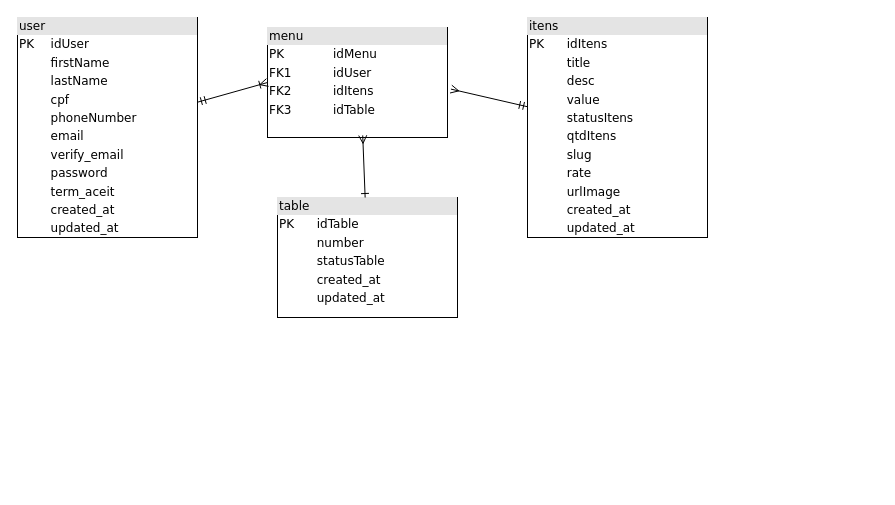
This is mold/MER.drawio from andre-albuquerque01/literate-octo-potato, a draw.io file, before an edit. Source tidied: cells renumbered, new cells numbered last; positions are measured from the earlier drawing's top-left corner, leaving out a move shared by most shapes. Both pictures are drawn from the tidied source at 100%, with x=0, y=0 at pixel (17, 17).
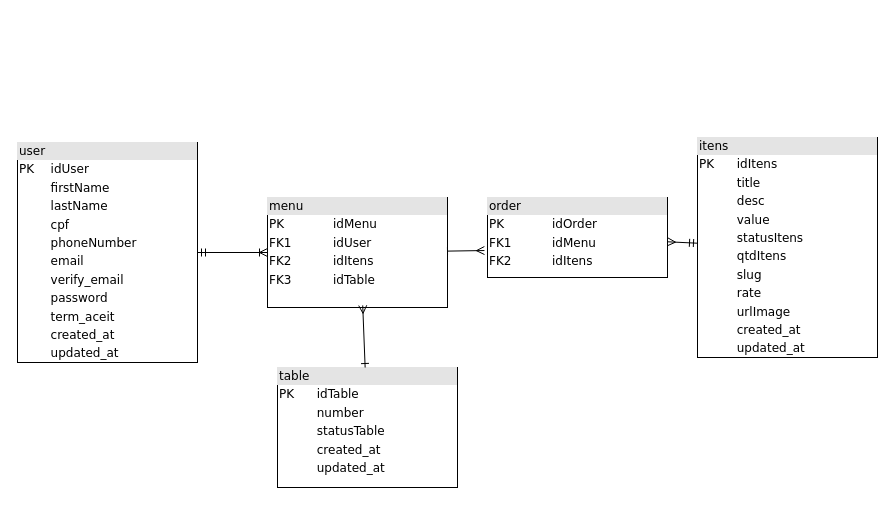
The same diagram, later.

Commit message (it also covers changes not shown here):
new function Order

The edit, as a diff of the source:
```diff
@@
 <mxGraphModel>
   <root>
     <mxCell id="0" />
     <mxCell id="1" parent="0" />
     <mxCell id="2" value="&lt;div style=&quot;box-sizing: border-box ; width: 100% ; background: #e4e4e4 ; padding: 2px&quot;&gt;menu&lt;/div&gt;&lt;table style=&quot;width: 100% ; font-size: 1em&quot; cellpadding=&quot;2&quot; cellspacing=&quot;0&quot;&gt;&lt;tbody&gt;&lt;tr&gt;&lt;td&gt;PK&lt;/td&gt;&lt;td&gt;idMenu&lt;/td&gt;&lt;/tr&gt;&lt;tr&gt;&lt;td&gt;FK1&lt;/td&gt;&lt;td&gt;idUser&lt;/td&gt;&lt;/tr&gt;&lt;tr&gt;&lt;td&gt;FK2&lt;/td&gt;&lt;td&gt;idItens&lt;/td&gt;&lt;/tr&gt;&lt;tr&gt;&lt;td&gt;FK3&lt;/td&gt;&lt;td&gt;idTable&lt;/td&gt;&lt;/tr&gt;&lt;/tbody&gt;&lt;/table&gt;" style="verticalAlign=top;align=left;overflow=fill;html=1;rounded=0;shadow=0;comic=0;labelBackgroundColor=none;strokeWidth=1;fontFamily=Verdana;fontSize=12;" parent="1" vertex="1">
-      <mxGeometry x="250" y="10" width="180" height="110" as="geometry" />
+      <mxGeometry x="250" y="180" width="180" height="110" as="geometry" />
     </mxCell>
+    <mxCell id="9" style="rounded=0;jettySize=auto;html=1;startArrow=ERmandOne;startFill=0;endArrow=ERmany;endFill=0;" parent="1" edge="1" source="3" target="10">
+      <mxGeometry relative="1" as="geometry" />
+    </mxCell>
     <mxCell id="3" value="&lt;div style=&quot;box-sizing: border-box ; width: 100% ; background: #e4e4e4 ; padding: 2px&quot;&gt;itens&lt;/div&gt;&lt;table style=&quot;width: 100% ; font-size: 1em&quot; cellpadding=&quot;2&quot; cellspacing=&quot;0&quot;&gt;&lt;tbody&gt;&lt;tr&gt;&lt;td&gt;PK&lt;/td&gt;&lt;td&gt;idItens&lt;/td&gt;&lt;/tr&gt;&lt;tr&gt;&lt;td&gt;&lt;br&gt;&lt;/td&gt;&lt;td&gt;title&lt;/td&gt;&lt;/tr&gt;&lt;tr&gt;&lt;td&gt;&lt;/td&gt;&lt;td&gt;desc&lt;/td&gt;&lt;/tr&gt;&lt;tr&gt;&lt;td&gt;&lt;br&gt;&lt;/td&gt;&lt;td&gt;value&lt;/td&gt;&lt;/tr&gt;&lt;tr&gt;&lt;td&gt;&lt;br&gt;&lt;/td&gt;&lt;td&gt;statusItens&lt;br&gt;&lt;/td&gt;&lt;/tr&gt;&lt;tr&gt;&lt;td&gt;&lt;br&gt;&lt;/td&gt;&lt;td&gt;qtdItens&lt;br&gt;&lt;/td&gt;&lt;/tr&gt;&lt;tr&gt;&lt;td&gt;&lt;br&gt;&lt;/td&gt;&lt;td&gt;slug&lt;/td&gt;&lt;/tr&gt;&lt;tr&gt;&lt;td&gt;&lt;br&gt;&lt;/td&gt;&lt;td&gt;rate&lt;/td&gt;&lt;/tr&gt;&lt;tr&gt;&lt;td&gt;&lt;br&gt;&lt;/td&gt;&lt;td&gt;urlImage&lt;br&gt;&lt;/td&gt;&lt;/tr&gt;&lt;tr&gt;&lt;td&gt;&lt;br&gt;&lt;/td&gt;&lt;td&gt;created_at&lt;br&gt;&lt;/td&gt;&lt;/tr&gt;&lt;tr&gt;&lt;td&gt;&lt;br&gt;&lt;/td&gt;&lt;td&gt;updated_at&lt;br&gt;&lt;/td&gt;&lt;/tr&gt;&lt;/tbody&gt;&lt;/table&gt;" style="verticalAlign=top;align=left;overflow=fill;html=1;rounded=0;shadow=0;comic=0;labelBackgroundColor=none;strokeWidth=1;fontFamily=Verdana;fontSize=12;" parent="1" vertex="1">
-      <mxGeometry x="510" width="180" height="220" as="geometry" />
+      <mxGeometry x="680" y="120" width="180" height="220" as="geometry" />
     </mxCell>
     <mxCell id="4" style="rounded=0;jettySize=auto;html=1;entryX=0;entryY=0.5;entryDx=0;entryDy=0;endArrow=ERoneToMany;endFill=0;startArrow=ERmandOne;startFill=0;" parent="1" edge="1" source="5" target="2">
       <mxGeometry relative="1" as="geometry" />
     </mxCell>
     <mxCell id="5" value="&lt;div style=&quot;box-sizing: border-box ; width: 100% ; background: #e4e4e4 ; padding: 2px&quot;&gt;user&lt;/div&gt;&lt;table style=&quot;width: 100% ; font-size: 1em&quot; cellpadding=&quot;2&quot; cellspacing=&quot;0&quot;&gt;&lt;tbody&gt;&lt;tr&gt;&lt;td&gt;PK&lt;/td&gt;&lt;td&gt;idUser&lt;/td&gt;&lt;/tr&gt;&lt;tr&gt;&lt;td&gt;&lt;br&gt;&lt;/td&gt;&lt;td&gt;firstName&lt;/td&gt;&lt;/tr&gt;&lt;tr&gt;&lt;td&gt;&lt;/td&gt;&lt;td&gt;lastName&lt;br&gt;&lt;/td&gt;&lt;/tr&gt;&lt;tr&gt;&lt;td&gt;&lt;br&gt;&lt;/td&gt;&lt;td&gt;cpf&lt;br&gt;&lt;/td&gt;&lt;/tr&gt;&lt;tr&gt;&lt;td&gt;&lt;br&gt;&lt;/td&gt;&lt;td&gt;phoneNumber&lt;br&gt;&lt;/td&gt;&lt;/tr&gt;&lt;tr&gt;&lt;td&gt;&lt;br&gt;&lt;/td&gt;&lt;td&gt;email&lt;br&gt;&lt;/td&gt;&lt;/tr&gt;&lt;tr&gt;&lt;td&gt;&lt;br&gt;&lt;/td&gt;&lt;td&gt;verify_email&lt;br&gt;&lt;/td&gt;&lt;/tr&gt;&lt;tr&gt;&lt;td&gt;&lt;br&gt;&lt;/td&gt;&lt;td&gt;password&lt;br&gt;&lt;/td&gt;&lt;/tr&gt;&lt;tr&gt;&lt;td&gt;&lt;br&gt;&lt;/td&gt;&lt;td&gt;term_aceit&lt;br&gt;&lt;/td&gt;&lt;/tr&gt;&lt;tr&gt;&lt;td&gt;&lt;br&gt;&lt;/td&gt;&lt;td&gt;created_at&lt;br&gt;&lt;/td&gt;&lt;/tr&gt;&lt;tr&gt;&lt;td&gt;&lt;br&gt;&lt;/td&gt;&lt;td&gt;updated_at&lt;/td&gt;&lt;/tr&gt;&lt;tr&gt;&lt;td&gt;&lt;br&gt;&lt;/td&gt;&lt;td&gt;&lt;br&gt;&lt;/td&gt;&lt;/tr&gt;&lt;tr&gt;&lt;td&gt;&lt;br&gt;&lt;/td&gt;&lt;td&gt;&lt;br&gt;&lt;/td&gt;&lt;/tr&gt;&lt;tr&gt;&lt;td&gt;&lt;br&gt;&lt;/td&gt;&lt;td&gt;&lt;br&gt;&lt;/td&gt;&lt;/tr&gt;&lt;tr&gt;&lt;td&gt;&lt;br&gt;&lt;/td&gt;&lt;td&gt;&lt;br&gt;&lt;/td&gt;&lt;/tr&gt;&lt;tr&gt;&lt;td&gt;&lt;br&gt;&lt;/td&gt;&lt;td&gt;&lt;br&gt;&lt;/td&gt;&lt;/tr&gt;&lt;tr&gt;&lt;td&gt;&lt;br&gt;&lt;/td&gt;&lt;td&gt;&lt;br&gt;&lt;/td&gt;&lt;/tr&gt;&lt;tr&gt;&lt;td&gt;&lt;br&gt;&lt;/td&gt;&lt;td&gt;&lt;br&gt;&lt;/td&gt;&lt;/tr&gt;&lt;tr&gt;&lt;td&gt;&lt;br&gt;&lt;/td&gt;&lt;td&gt;&lt;br&gt;&lt;/td&gt;&lt;/tr&gt;&lt;tr&gt;&lt;td&gt;&lt;br&gt;&lt;/td&gt;&lt;td&gt;&lt;br&gt;&lt;/td&gt;&lt;/tr&gt;&lt;/tbody&gt;&lt;/table&gt;" style="verticalAlign=top;align=left;overflow=fill;html=1;rounded=0;shadow=0;comic=0;labelBackgroundColor=none;strokeWidth=1;fontFamily=Verdana;fontSize=12;" parent="1" vertex="1">
-      <mxGeometry width="180" height="220" as="geometry" />
+      <mxGeometry y="125" width="180" height="220" as="geometry" />
     </mxCell>
-    <mxCell id="6" style="rounded=0;jettySize=auto;html=1;entryX=1.019;entryY=0.56;entryDx=0;entryDy=0;entryPerimeter=0;endArrow=ERmany;endFill=0;startArrow=ERmandOne;startFill=0;" parent="1" edge="1" source="3" target="2">
-      <mxGeometry relative="1" as="geometry" />
-    </mxCell>
     <mxCell id="7" value="&lt;div style=&quot;box-sizing: border-box ; width: 100% ; background: #e4e4e4 ; padding: 2px&quot;&gt;table&lt;/div&gt;&lt;table style=&quot;width: 100% ; font-size: 1em&quot; cellpadding=&quot;2&quot; cellspacing=&quot;0&quot;&gt;&lt;tbody&gt;&lt;tr&gt;&lt;td&gt;PK&lt;/td&gt;&lt;td&gt;idTable&lt;/td&gt;&lt;/tr&gt;&lt;tr&gt;&lt;td&gt;&lt;br&gt;&lt;/td&gt;&lt;td&gt;number&lt;/td&gt;&lt;/tr&gt;&lt;tr&gt;&lt;td&gt;&lt;br&gt;&lt;/td&gt;&lt;td&gt;statusTable&lt;/td&gt;&lt;/tr&gt;&lt;tr&gt;&lt;td&gt;&lt;br&gt;&lt;/td&gt;&lt;td&gt;created_at&lt;/td&gt;&lt;/tr&gt;&lt;tr&gt;&lt;td&gt;&lt;br&gt;&lt;/td&gt;&lt;td&gt;updated_at&lt;/td&gt;&lt;/tr&gt;&lt;/tbody&gt;&lt;/table&gt;" style="verticalAlign=top;align=left;overflow=fill;html=1;rounded=0;shadow=0;comic=0;labelBackgroundColor=none;strokeWidth=1;fontFamily=Verdana;fontSize=12;" parent="1" vertex="1">
-      <mxGeometry x="260" y="180" width="180" height="120" as="geometry" />
+      <mxGeometry x="260" y="350" width="180" height="120" as="geometry" />
     </mxCell>
     <mxCell id="8" style="rounded=0;jettySize=auto;html=1;entryX=0.529;entryY=0.981;entryDx=0;entryDy=0;entryPerimeter=0;elbow=vertical;endArrow=ERmany;endFill=0;startArrow=ERone;startFill=0;" parent="1" edge="1" source="7" target="2">
       <mxGeometry relative="1" as="geometry" />
     </mxCell>
+    <mxCell id="10" value="&lt;div style=&quot;box-sizing: border-box ; width: 100% ; background: #e4e4e4 ; padding: 2px&quot;&gt;order&lt;/div&gt;&lt;table style=&quot;width: 100% ; font-size: 1em&quot; cellpadding=&quot;2&quot; cellspacing=&quot;0&quot;&gt;&lt;tbody&gt;&lt;tr&gt;&lt;td&gt;PK&lt;/td&gt;&lt;td&gt;idOrder&lt;/td&gt;&lt;/tr&gt;&lt;tr&gt;&lt;td&gt;FK1&lt;/td&gt;&lt;td&gt;idMenu&lt;/td&gt;&lt;/tr&gt;&lt;tr&gt;&lt;td&gt;FK2&lt;/td&gt;&lt;td&gt;idItens&lt;/td&gt;&lt;/tr&gt;&lt;/tbody&gt;&lt;/table&gt;" style="verticalAlign=top;align=left;overflow=fill;html=1;rounded=0;shadow=0;comic=0;labelBackgroundColor=none;strokeWidth=1;fontFamily=Verdana;fontSize=12;" parent="1" vertex="1">
+      <mxGeometry x="470" y="180" width="180" height="80" as="geometry" />
+    </mxCell>
+    <mxCell id="11" style="rounded=0;jettySize=auto;html=1;entryX=-0.017;entryY=0.663;entryDx=0;entryDy=0;entryPerimeter=0;startArrow=baseDash;startFill=0;endArrow=ERmany;endFill=0;" parent="1" edge="1" source="2" target="10">
+      <mxGeometry relative="1" as="geometry" />
+    </mxCell>
   </root>
 </mxGraphModel>
```
